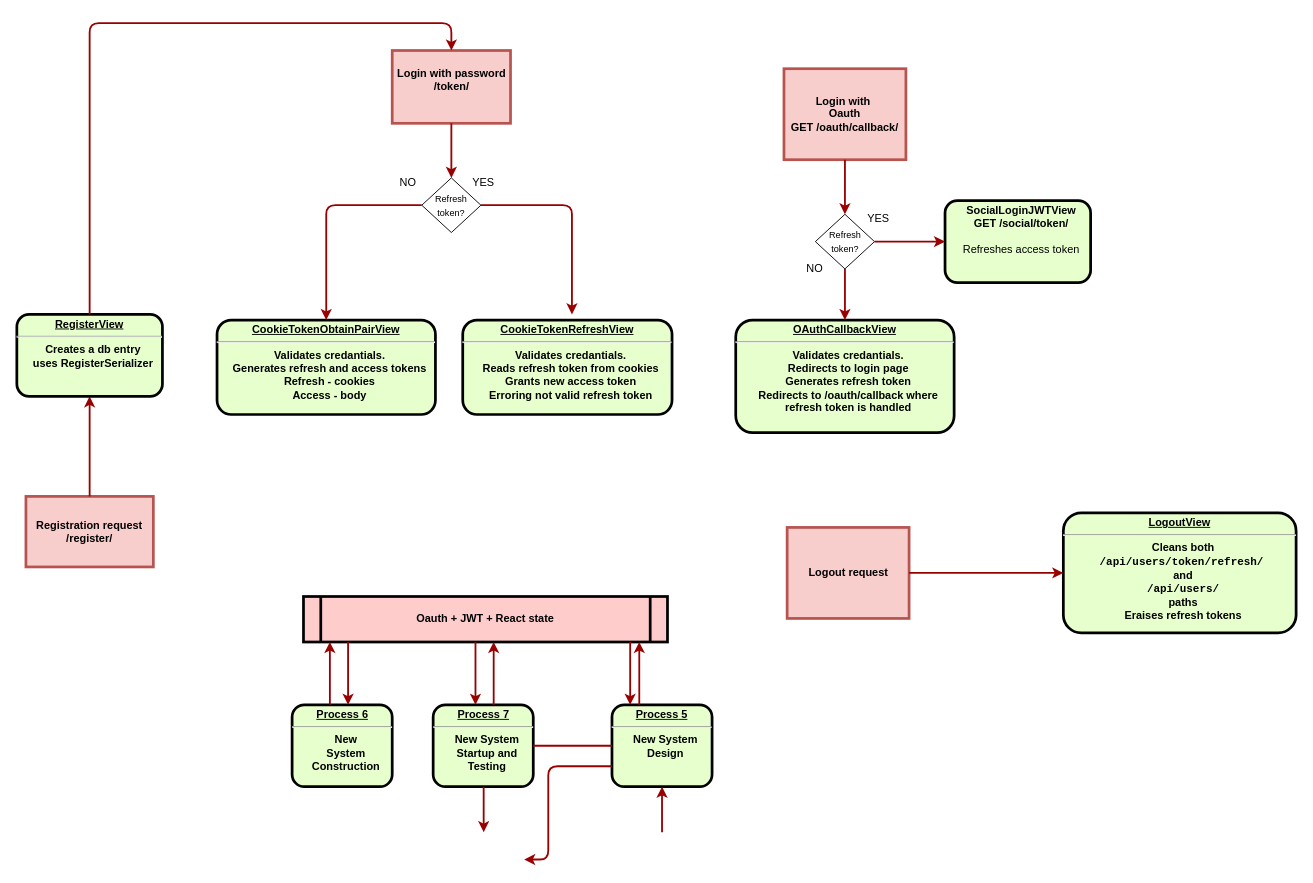
Above: design/JWTs.drawio in noginpavlo/julia (draw.io), before the change. Source tidied: cells renumbered, new cells numbered last; positions are measured from the earlier drawing's top-left corner, leaving out a move shared by most shapes. Both pictures are drawn from the tidied source at 91%, with x=0, y=0 at pixel (16, 23).
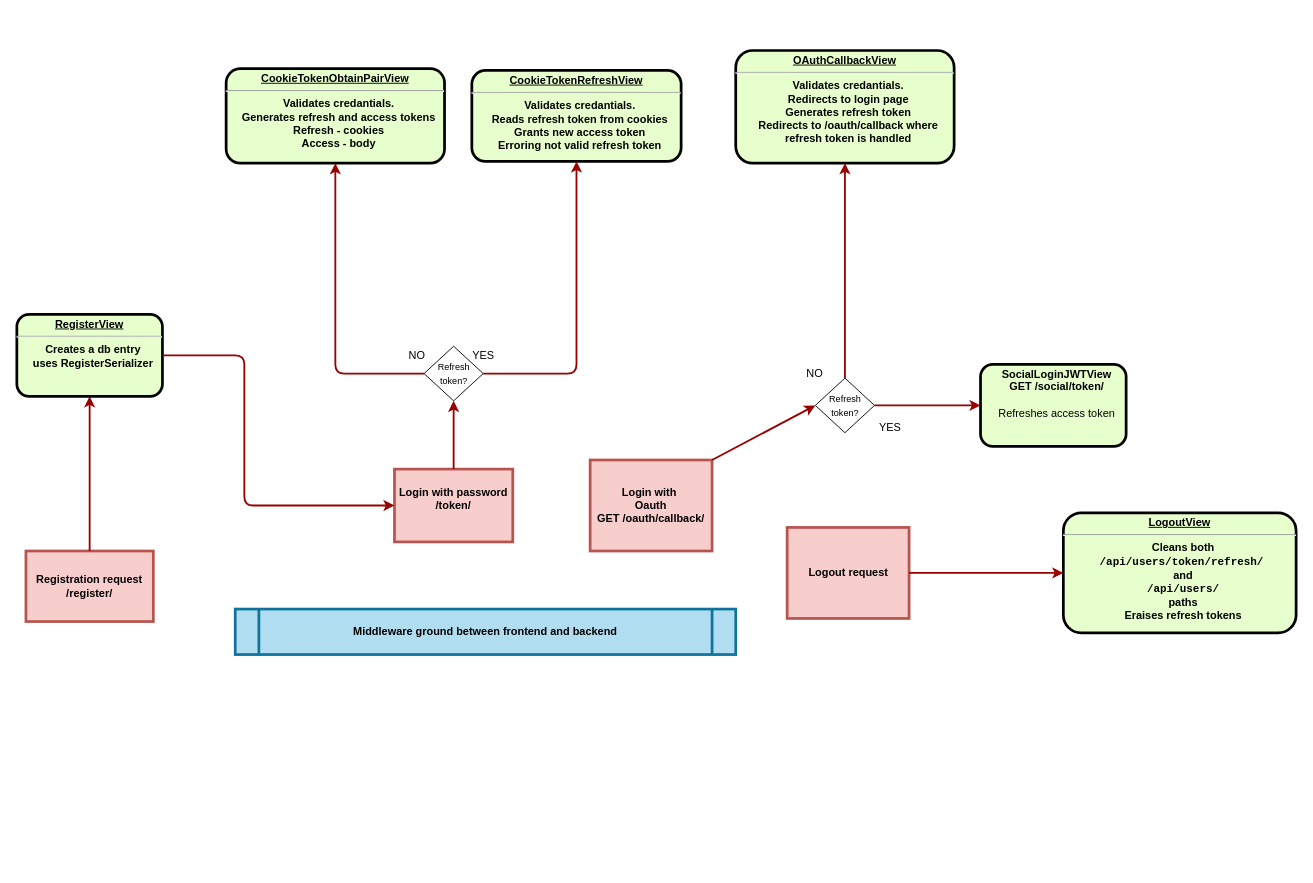
The same page after the edit.

Commit message (it also covers changes not shown here):
Updated JWTs.drawio. Made navbar show username. Password auth fully works as intended now.

The change refers to these unchanged cells:
```xml
<mxCell id="18" value="&lt;p style=&quot;margin: 0px; margin-top: 4px; text-align: center; text-decoration: underline;&quot;&gt;RegisterView&lt;strong&gt;&lt;/strong&gt;&lt;/p&gt;&lt;hr&gt;&lt;p style=&quot;margin: 0px; margin-left: 8px;&quot;&gt;Creates a db entry&lt;br&gt;uses RegisterSerializer&lt;/p&gt;&lt;p style=&quot;margin: 0px; margin-left: 8px;&quot;&gt;&lt;br&gt;&lt;/p&gt;" style="verticalAlign=middle;align=center;overflow=fill;fontSize=12;fontFamily=Helvetica;html=1;rounded=1;fontStyle=1;strokeWidth=3;fillColor=#E6FFCC;" parent="1" vertex="1">
  <mxGeometry y="320" width="160" height="90" as="geometry" />
</mxCell>
```

What changed in the source:
```diff
@@
     <mxCell id="2" value="Registration request&#10;/register/" style="whiteSpace=wrap;align=center;verticalAlign=middle;fontStyle=1;strokeWidth=3;fillColor=#f8cecc;strokeColor=#b85450;" parent="1" vertex="1">
-      <mxGeometry x="10" y="520" width="140" height="77.5" as="geometry" />
+      <mxGeometry x="10" y="580" width="140" height="77.5" as="geometry" />
     </mxCell>
-    <mxCell id="3" value="Oauth + JWT + React state" style="shape=process;whiteSpace=wrap;align=center;verticalAlign=middle;size=0.0475;fontStyle=1;strokeWidth=3;fillColor=#FFCCCC;" parent="1" vertex="1">
-      <mxGeometry x="315" y="630" width="400" height="50" as="geometry" />
+    <mxCell id="3" value="Middleware ground between frontend and backend" style="shape=process;whiteSpace=wrap;align=center;verticalAlign=middle;size=0.0475;fontStyle=1;strokeWidth=3;fillColor=#b1ddf0;strokeColor=#10739e;" parent="1" vertex="1">
+      <mxGeometry x="240" y="643.8" width="550" height="50" as="geometry" />
     </mxCell>
-    <mxCell id="4" value="&lt;p style=&quot;margin: 0px; margin-top: 4px; text-align: center; text-decoration: underline;&quot;&gt;&lt;strong&gt;&lt;strong&gt;Process&lt;/strong&gt; 5&lt;br /&gt;&lt;/strong&gt;&lt;/p&gt;&lt;hr /&gt;&lt;p style=&quot;margin: 0px; margin-left: 8px;&quot;&gt;New System&lt;/p&gt;&lt;p style=&quot;margin: 0px; margin-left: 8px;&quot;&gt;Design&lt;/p&gt;" style="verticalAlign=middle;align=center;overflow=fill;fontSize=12;fontFamily=Helvetica;html=1;rounded=1;fontStyle=1;strokeWidth=3;fillColor=#E6FFCC;" parent="1" vertex="1">
-      <mxGeometry x="654" y="749" width="110" height="90" as="geometry" />
-    </mxCell>
-    <mxCell id="5" value="&lt;p style=&quot;margin: 0px; margin-top: 4px; text-align: center; text-decoration: underline;&quot;&gt;&lt;strong&gt;&lt;strong&gt;Process&lt;/strong&gt; 6&lt;br /&gt;&lt;/strong&gt;&lt;/p&gt;&lt;hr /&gt;&lt;p style=&quot;margin: 0px; margin-left: 8px;&quot;&gt;New&lt;/p&gt;&lt;p style=&quot;margin: 0px; margin-left: 8px;&quot;&gt;System&lt;/p&gt;&lt;p style=&quot;margin: 0px; margin-left: 8px;&quot;&gt;Construction&lt;/p&gt;" style="verticalAlign=middle;align=center;overflow=fill;fontSize=12;fontFamily=Helvetica;html=1;rounded=1;fontStyle=1;strokeWidth=3;fillColor=#E6FFCC;" parent="1" vertex="1">
-      <mxGeometry x="302.5" y="749" width="110" height="90" as="geometry" />
-    </mxCell>
@@
-    <mxCell id="7" value="&lt;p style=&quot;margin: 0px; margin-top: 4px; text-align: center; text-decoration: underline;&quot;&gt;&lt;strong&gt;&lt;strong&gt;Process&lt;/strong&gt; 7&lt;br /&gt;&lt;/strong&gt;&lt;/p&gt;&lt;hr /&gt;&lt;p style=&quot;margin: 0px; margin-left: 8px;&quot;&gt;New System&lt;/p&gt;&lt;p style=&quot;margin: 0px; margin-left: 8px;&quot;&gt;Startup and&lt;/p&gt;&lt;p style=&quot;margin: 0px; margin-left: 8px;&quot;&gt;Testing&lt;/p&gt;" style="verticalAlign=middle;align=center;overflow=fill;fontSize=12;fontFamily=Helvetica;html=1;rounded=1;fontStyle=1;strokeWidth=3;fillColor=#E6FFCC;" parent="1" vertex="1">
-      <mxGeometry x="457.5" y="749" width="110" height="90" as="geometry" />
-    </mxCell>
-    <mxCell id="8" style="endArrow=none;noEdgeStyle=1;strokeColor=#990000;strokeWidth=2;" parent="1" edge="1" source="4" target="7">
-      <mxGeometry relative="1" as="geometry" />
-    </mxCell>
-    <mxCell id="9" style="edgeStyle=elbowEdgeStyle;elbow=horizontal;strokeColor=#990000;strokeWidth=2;" parent="1" edge="1" source="4" target="3">
-      <mxGeometry relative="1" as="geometry">
-        <Array as="points">
-          <mxPoint x="684" y="709" />
-        </Array>
-      </mxGeometry>
-    </mxCell>
-    <mxCell id="10" style="edgeStyle=elbowEdgeStyle;elbow=horizontal;strokeColor=#990000;strokeWidth=2;" parent="1" edge="1" source="3" target="4">
-      <mxGeometry relative="1" as="geometry">
-        <Array as="points">
-          <mxPoint x="674" y="719" />
-        </Array>
-      </mxGeometry>
-    </mxCell>
-    <mxCell id="11" style="edgeStyle=elbowEdgeStyle;elbow=horizontal;strokeColor=#990000;strokeWidth=2;" parent="1" edge="1" target="4">
-      <mxGeometry relative="1" as="geometry">
-        <mxPoint x="709" y="889" as="sourcePoint" />
-      </mxGeometry>
-    </mxCell>
-    <mxCell id="12" style="edgeStyle=elbowEdgeStyle;elbow=horizontal;exitX=0;exitY=0.75;strokeColor=#990000;strokeWidth=2;" parent="1" edge="1" source="4">
-      <mxGeometry relative="1" as="geometry">
-        <mxPoint x="557.5" y="919" as="targetPoint" />
-        <Array as="points">
-          <mxPoint x="584" y="869" />
-        </Array>
-      </mxGeometry>
-    </mxCell>
-    <mxCell id="13" style="edgeStyle=elbowEdgeStyle;elbow=horizontal;strokeColor=#990000;strokeWidth=2;" parent="1" edge="1" source="7">
-      <mxGeometry relative="1" as="geometry">
-        <mxPoint x="513" y="889" as="targetPoint" />
-      </mxGeometry>
-    </mxCell>
-    <mxCell id="14" style="edgeStyle=elbowEdgeStyle;elbow=horizontal;strokeColor=#990000;strokeWidth=2;" parent="1" edge="1" source="3" target="7">
-      <mxGeometry relative="1" as="geometry">
-        <Array as="points">
-          <mxPoint x="504" y="709" />
-        </Array>
-      </mxGeometry>
-    </mxCell>
-    <mxCell id="15" style="edgeStyle=elbowEdgeStyle;elbow=horizontal;strokeColor=#990000;strokeWidth=2;" parent="1" edge="1" source="7" target="3">
-      <mxGeometry relative="1" as="geometry">
-        <Array as="points">
-          <mxPoint x="524" y="709" />
-        </Array>
-      </mxGeometry>
-    </mxCell>
-    <mxCell id="16" style="edgeStyle=elbowEdgeStyle;elbow=horizontal;strokeColor=#990000;strokeWidth=2;" parent="1" edge="1" source="3" target="5">
-      <mxGeometry relative="1" as="geometry">
-        <Array as="points">
-          <mxPoint x="364" y="709" />
-        </Array>
-      </mxGeometry>
-    </mxCell>
-    <mxCell id="17" style="edgeStyle=elbowEdgeStyle;elbow=horizontal;strokeColor=#990000;strokeWidth=2;" parent="1" edge="1" source="5" target="3">
-      <mxGeometry relative="1" as="geometry">
-        <Array as="points">
-          <mxPoint x="344" y="709" />
-        </Array>
-      </mxGeometry>
-    </mxCell>
@@
     <mxCell id="19" value="Login with password&#10;/token/&#10;" style="whiteSpace=wrap;align=center;verticalAlign=middle;fontStyle=1;strokeWidth=3;fillColor=#f8cecc;strokeColor=#b85450;" parent="1" vertex="1">
-      <mxGeometry x="412.5" y="30" width="130" height="80" as="geometry" />
+      <mxGeometry x="415" y="490" width="130" height="80" as="geometry" />
     </mxCell>
     <mxCell id="20" value="Login with &#10;Oauth&#10;GET /oauth/callback/" style="whiteSpace=wrap;align=center;verticalAlign=middle;fontStyle=1;strokeWidth=3;fillColor=#f8cecc;strokeColor=#b85450;" parent="1" vertex="1">
-      <mxGeometry x="843" y="50" width="134" height="100" as="geometry" />
+      <mxGeometry x="630" y="480" width="134" height="100" as="geometry" />
     </mxCell>
     <mxCell id="21" value="&lt;p style=&quot;margin: 0px; margin-top: 4px; text-align: center; text-decoration: underline;&quot;&gt;CookieTokenRefreshView&lt;strong&gt;&lt;/strong&gt;&lt;/p&gt;&lt;hr&gt;&lt;p style=&quot;margin: 0px; margin-left: 8px;&quot;&gt;Validates credantials.&lt;br&gt;Reads refresh token from cookies&lt;/p&gt;&lt;p style=&quot;margin: 0px; margin-left: 8px;&quot;&gt;Grants new access token&lt;/p&gt;&lt;p style=&quot;margin: 0px; margin-left: 8px;&quot;&gt;Erroring not valid refresh token&lt;/p&gt;&lt;p style=&quot;margin: 0px; margin-left: 8px;&quot;&gt;&lt;br&gt;&lt;/p&gt;" style="verticalAlign=middle;align=center;overflow=fill;fontSize=12;fontFamily=Helvetica;html=1;rounded=1;fontStyle=1;strokeWidth=3;fillColor=#E6FFCC;" parent="1" vertex="1">
-      <mxGeometry x="490" y="326.2" width="230" height="103.8" as="geometry" />
+      <mxGeometry x="500" y="51.9" width="230" height="100" as="geometry" />
     </mxCell>
     <mxCell id="22" value="&lt;p style=&quot;margin: 0px; margin-top: 4px; text-align: center; text-decoration: underline;&quot;&gt;OAuthCallbackView&lt;/p&gt;&lt;hr&gt;&lt;p style=&quot;margin: 0px; margin-left: 8px;&quot;&gt;Validates credantials.&lt;/p&gt;&lt;p style=&quot;margin: 0px; margin-left: 8px;&quot;&gt;Redirects to login page&lt;br&gt;Generates refresh token&lt;/p&gt;&lt;p style=&quot;margin: 0px; margin-left: 8px;&quot;&gt;Redirects to&amp;nbsp;/oauth/callback where&lt;br&gt;refresh token is handled&lt;/p&gt;&lt;p style=&quot;margin: 0px; margin-left: 8px;&quot;&gt;&lt;br&gt;&lt;/p&gt;&lt;p style=&quot;margin: 0px; margin-left: 8px;&quot;&gt;&lt;br&gt;&lt;/p&gt;" style="verticalAlign=middle;align=center;overflow=fill;fontSize=12;fontFamily=Helvetica;html=1;rounded=1;fontStyle=1;strokeWidth=3;fillColor=#E6FFCC;" parent="1" vertex="1">
-      <mxGeometry x="790" y="326.2" width="240" height="123.8" as="geometry" />
+      <mxGeometry x="790" y="30" width="240" height="123.8" as="geometry" />
     </mxCell>
-    <mxCell id="23" style="edgeStyle=none;noEdgeStyle=1;strokeColor=#990000;strokeWidth=2;entryX=0.5;entryY=0;entryDx=0;entryDy=0;exitX=0.5;exitY=1;exitDx=0;exitDy=0;" parent="1" edge="1" source="24" target="22">
+    <mxCell id="23" style="edgeStyle=none;noEdgeStyle=1;strokeColor=#990000;strokeWidth=2;entryX=0.5;entryY=1;entryDx=0;entryDy=0;exitX=0.5;exitY=0;exitDx=0;exitDy=0;" parent="1" edge="1" source="24" target="22">
       <mxGeometry relative="1" as="geometry" />
     </mxCell>
     <mxCell id="24" value="&lt;font style=&quot;font-size: 10px;&quot;&gt;Refresh token?&lt;/font&gt;" style="rhombus;whiteSpace=wrap;html=1;" parent="1" vertex="1">
-      <mxGeometry x="877.5" y="210" width="65" height="60" as="geometry" />
+      <mxGeometry x="877.5" y="390" width="65" height="60" as="geometry" />
     </mxCell>
-    <mxCell id="25" style="edgeStyle=none;noEdgeStyle=1;strokeColor=#990000;strokeWidth=2;entryX=0.5;entryY=0;entryDx=0;entryDy=0;exitX=0.5;exitY=1;exitDx=0;exitDy=0;" parent="1" edge="1" source="20" target="24">
+    <mxCell id="25" style="edgeStyle=none;noEdgeStyle=1;strokeColor=#990000;strokeWidth=2;entryX=0;entryY=0.5;entryDx=0;entryDy=0;exitX=1;exitY=0;exitDx=0;exitDy=0;" parent="1" edge="1" source="20" target="24">
       <mxGeometry relative="1" as="geometry" />
     </mxCell>
     <mxCell id="26" value="NO" style="text;html=1;align=center;verticalAlign=middle;whiteSpace=wrap;rounded=0;" parent="1" vertex="1">
-      <mxGeometry x="846.5" y="255" width="60" height="30" as="geometry" />
+      <mxGeometry x="846.5" y="370" width="60" height="30" as="geometry" />
     </mxCell>
     <mxCell id="27" value="&lt;p style=&quot;margin: 0px; margin-top: 4px; text-align: center; text-decoration: underline;&quot;&gt;&lt;/p&gt;&lt;p style=&quot;margin: 0px; margin-left: 8px;&quot;&gt;&lt;span style=&quot;background-color: transparent; color: light-dark(rgb(0, 0, 0), rgb(255, 255, 255));&quot;&gt;SocialLoginJWTView&lt;/span&gt;&lt;/p&gt;&lt;p style=&quot;margin: 0px; margin-left: 8px;&quot;&gt;GET /social/token/&lt;/p&gt;&lt;p style=&quot;margin: 0px; margin-left: 8px;&quot;&gt;&lt;br&gt;&lt;/p&gt;&lt;p style=&quot;margin: 0px; margin-left: 8px;&quot;&gt;&lt;span style=&quot;font-weight: normal;&quot;&gt;Refreshes access token&lt;/span&gt;&lt;/p&gt;&lt;p style=&quot;margin: 0px; margin-left: 8px;&quot;&gt;&lt;br&gt;&lt;/p&gt;" style="verticalAlign=middle;align=center;overflow=fill;fontSize=12;fontFamily=Helvetica;html=1;rounded=1;fontStyle=1;strokeWidth=3;fillColor=#E6FFCC;" parent="1" vertex="1">
-      <mxGeometry x="1020" y="195" width="160" height="90" as="geometry" />
+      <mxGeometry x="1059" y="375" width="160" height="90" as="geometry" />
     </mxCell>
@@
     <mxCell id="29" value="YES" style="text;html=1;align=center;verticalAlign=middle;whiteSpace=wrap;rounded=0;" parent="1" vertex="1">
-      <mxGeometry x="917" y="200" width="60" height="30" as="geometry" />
+      <mxGeometry x="930" y="430" width="60" height="30" as="geometry" />
     </mxCell>
     <mxCell id="30" value="&lt;span style=&quot;font-size: 10px;&quot;&gt;Refresh token?&lt;/span&gt;" style="rhombus;whiteSpace=wrap;html=1;" parent="1" vertex="1">
-      <mxGeometry x="445" y="170" width="65" height="60" as="geometry" />
+      <mxGeometry x="447.5" y="355" width="65" height="60" as="geometry" />
     </mxCell>
-    <mxCell id="31" style="edgeStyle=elbowEdgeStyle;elbow=horizontal;exitX=0.5;exitY=0;strokeColor=#990000;strokeWidth=2;exitDx=0;exitDy=0;entryX=0.5;entryY=0;entryDx=0;entryDy=0;" parent="1" edge="1" source="18" target="19">
+    <mxCell id="31" style="edgeStyle=elbowEdgeStyle;elbow=horizontal;exitX=1;exitY=0.5;strokeColor=#990000;strokeWidth=2;exitDx=0;exitDy=0;entryX=0;entryY=0.5;entryDx=0;entryDy=0;" parent="1" edge="1" source="18" target="19">
       <mxGeometry relative="1" as="geometry">
         <Array as="points">
-          <mxPoint x="200" />
+          <mxPoint x="250" y="390" />
         </Array>
       </mxGeometry>
     </mxCell>
     <mxCell id="32" value="NO" style="text;html=1;align=center;verticalAlign=middle;whiteSpace=wrap;rounded=0;" parent="1" vertex="1">
-      <mxGeometry x="400" y="160" width="60" height="30" as="geometry" />
+      <mxGeometry x="410" y="350" width="60" height="30" as="geometry" />
     </mxCell>
-    <mxCell id="33" style="edgeStyle=none;noEdgeStyle=1;strokeColor=#990000;strokeWidth=2;entryX=0.5;entryY=0;entryDx=0;entryDy=0;exitX=0.5;exitY=1;exitDx=0;exitDy=0;" parent="1" edge="1" source="19" target="30">
-      <mxGeometry relative="1" as="geometry" />
-    </mxCell>
     <mxCell id="34" value="&lt;p style=&quot;margin: 0px; margin-top: 4px; text-align: center; text-decoration: underline;&quot;&gt;CookieTokenObtainPairView&lt;strong&gt;&lt;/strong&gt;&lt;/p&gt;&lt;hr&gt;&lt;p style=&quot;margin: 0px; margin-left: 8px;&quot;&gt;Validates credantials.&lt;br&gt;Generates refresh and access tokens&lt;/p&gt;&lt;p style=&quot;margin: 0px; margin-left: 8px;&quot;&gt;Refresh - cookies&lt;br&gt;Access - body&lt;/p&gt;&lt;p style=&quot;margin: 0px; margin-left: 8px;&quot;&gt;&lt;br&gt;&lt;/p&gt;&lt;p style=&quot;margin: 0px; margin-left: 8px;&quot;&gt;&lt;br&gt;&lt;/p&gt;" style="verticalAlign=middle;align=center;overflow=fill;fontSize=12;fontFamily=Helvetica;html=1;rounded=1;fontStyle=1;strokeWidth=3;fillColor=#E6FFCC;" parent="1" vertex="1">
-      <mxGeometry x="220" y="326.2" width="240" height="103.8" as="geometry" />
+      <mxGeometry x="230" y="50" width="240" height="103.8" as="geometry" />
     </mxCell>
     <mxCell id="35" value="YES" style="text;html=1;align=center;verticalAlign=middle;whiteSpace=wrap;rounded=0;" parent="1" vertex="1">
-      <mxGeometry x="482.5" y="160" width="60" height="30" as="geometry" />
+      <mxGeometry x="482.5" y="350" width="60" height="30" as="geometry" />
     </mxCell>
-    <mxCell id="36" style="edgeStyle=elbowEdgeStyle;elbow=horizontal;exitX=0;exitY=0.5;strokeColor=#990000;strokeWidth=2;exitDx=0;exitDy=0;entryX=0.5;entryY=0;entryDx=0;entryDy=0;" parent="1" edge="1" source="30" target="34">
+    <mxCell id="36" style="edgeStyle=elbowEdgeStyle;elbow=horizontal;exitX=0;exitY=0.5;strokeColor=#990000;strokeWidth=2;exitDx=0;exitDy=0;entryX=0.5;entryY=1;entryDx=0;entryDy=0;" parent="1" edge="1" source="30" target="34">
       <mxGeometry relative="1" as="geometry">
         <Array as="points">
-          <mxPoint x="340" y="230" />
+          <mxPoint x="350" y="270" />
         </Array>
       </mxGeometry>
     </mxCell>
-    <mxCell id="37" style="edgeStyle=elbowEdgeStyle;elbow=horizontal;exitX=1;exitY=0.5;strokeColor=#990000;strokeWidth=2;exitDx=0;exitDy=0;" parent="1" edge="1" source="30">
-      <mxGeometry relative="1" as="geometry">
-        <mxPoint x="610" y="320" as="targetPoint" />
-        <Array as="points">
-          <mxPoint x="610" y="270" />
-        </Array>
-      </mxGeometry>
-    </mxCell>
@@
+    <mxCell id="33" style="edgeStyle=none;noEdgeStyle=1;strokeColor=#990000;strokeWidth=2;entryX=0.5;entryY=1;entryDx=0;entryDy=0;exitX=0.5;exitY=0;exitDx=0;exitDy=0;" parent="1" edge="1" source="19" target="30">
+      <mxGeometry relative="1" as="geometry" />
+    </mxCell>
+    <mxCell id="41" style="edgeStyle=elbowEdgeStyle;elbow=horizontal;strokeColor=#990000;strokeWidth=2;entryX=0.5;entryY=1;entryDx=0;entryDy=0;exitX=1;exitY=0.5;exitDx=0;exitDy=0;" parent="1" edge="1" source="30" target="21">
+      <mxGeometry relative="1" as="geometry">
+        <Array as="points">
+          <mxPoint x="615" y="310" />
+        </Array>
+      </mxGeometry>
+    </mxCell>
```
